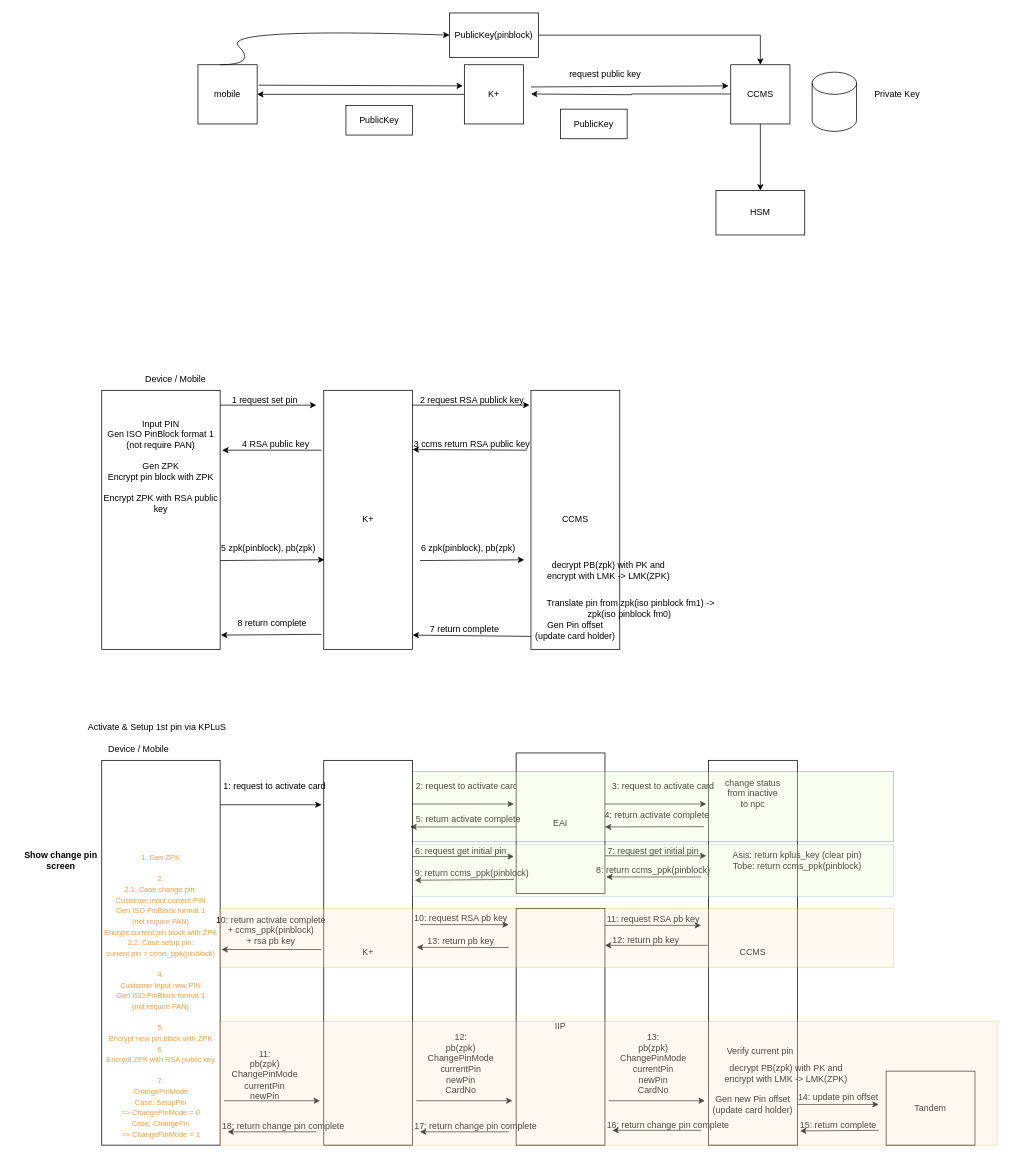
chawaratr/drawio keeps this draw.io diagram as page "KPlus_ChangePin" (2 of 2) of CCMS_Project.drawio. Above is the earlier version. Source tidied: cells renumbered, new cells numbered last; positions are measured from the earlier drawing's top-left corner, leaving out a move shared by most shapes. Both pictures are drawn from the tidied source at 74%, with x=0, y=0 at pixel (20, 13).
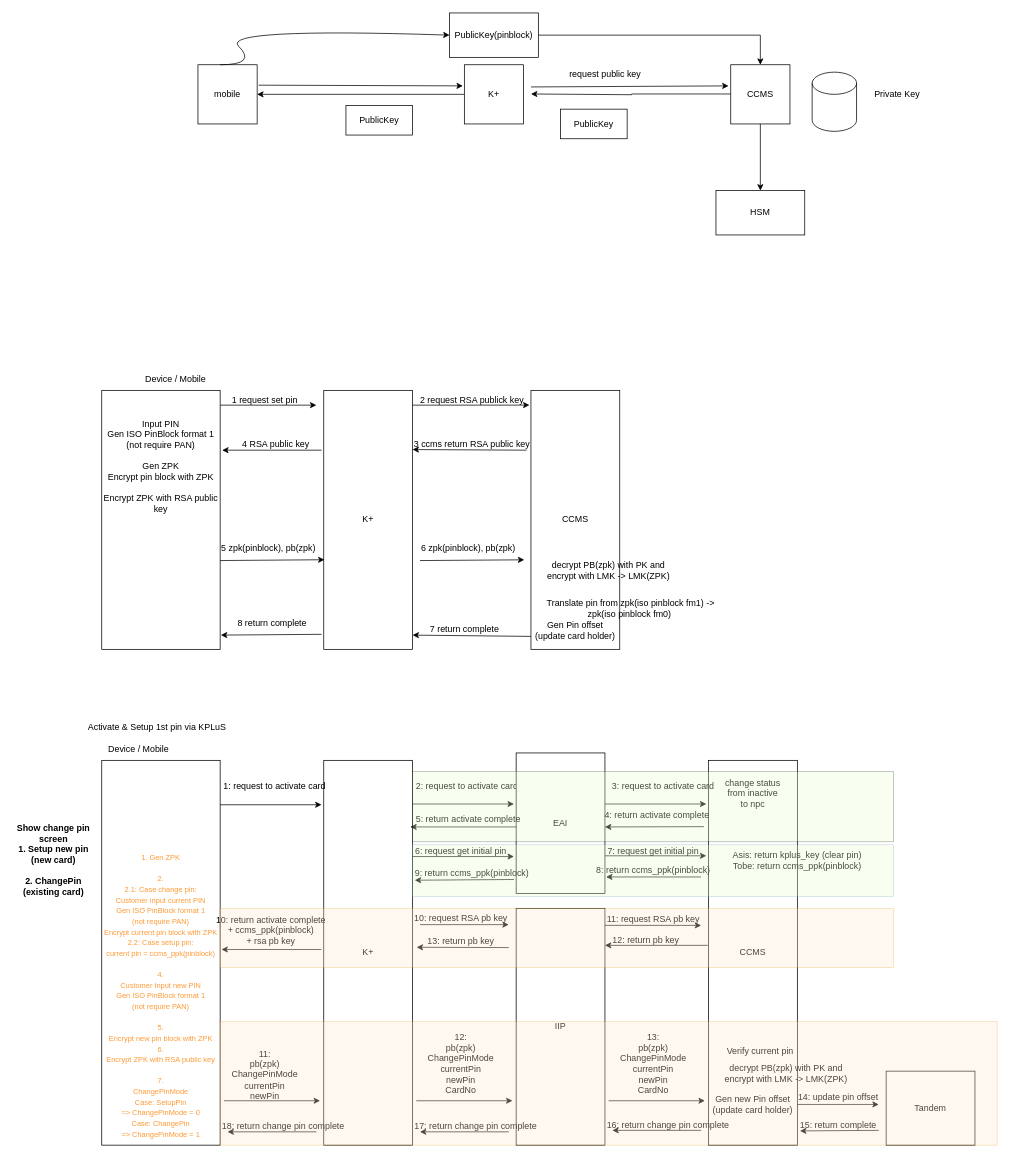
The same page after the edit.

Change to the diagram source:
```diff
@@
-    <mxCell id="61" value="Show change pin screen" style="text;html=1;align=center;verticalAlign=middle;whiteSpace=wrap;rounded=0;fontStyle=1;" parent="1" vertex="1">
-      <mxGeometry y="1130" width="110" height="30" as="geometry" />
+    <mxCell id="61" value="Show change pin screen&lt;div&gt;1. Setup new pin (new card)&lt;/div&gt;&lt;div&gt;&lt;br&gt;&lt;/div&gt;&lt;div&gt;2. ChangePin (existing card)&lt;/div&gt;" style="text;html=1;align=center;verticalAlign=middle;whiteSpace=wrap;rounded=0;fontStyle=1;" parent="1" vertex="1">
+      <mxGeometry x="-10" y="1130" width="110" height="30" as="geometry" />
     </mxCell>
```
